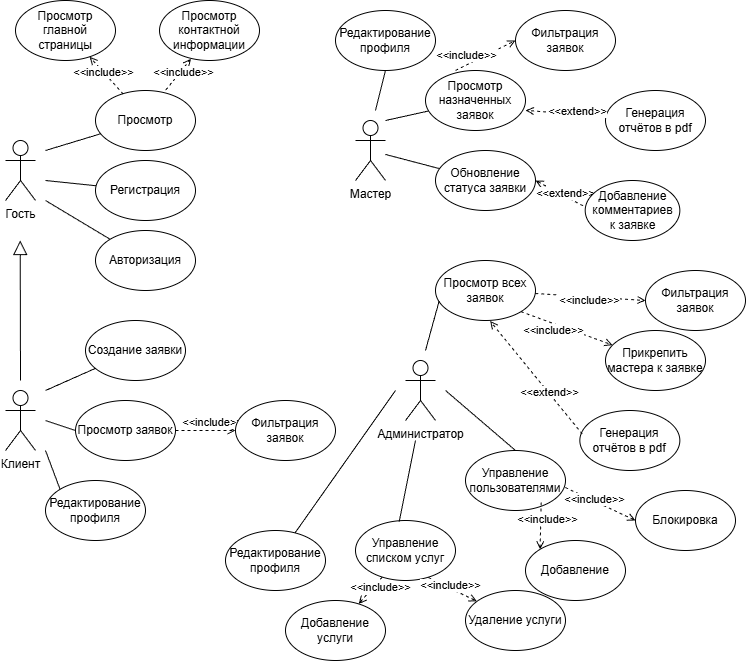
Before: Документация/Диаграмма вариантов использования.drawio.png, a diagram exported from draw.io (amadesya/CourseProject). Source tidied: cells renumbered, new cells last; positions are measured from the earlier drawing's top-left corner, leaving out a move shared by most shapes.
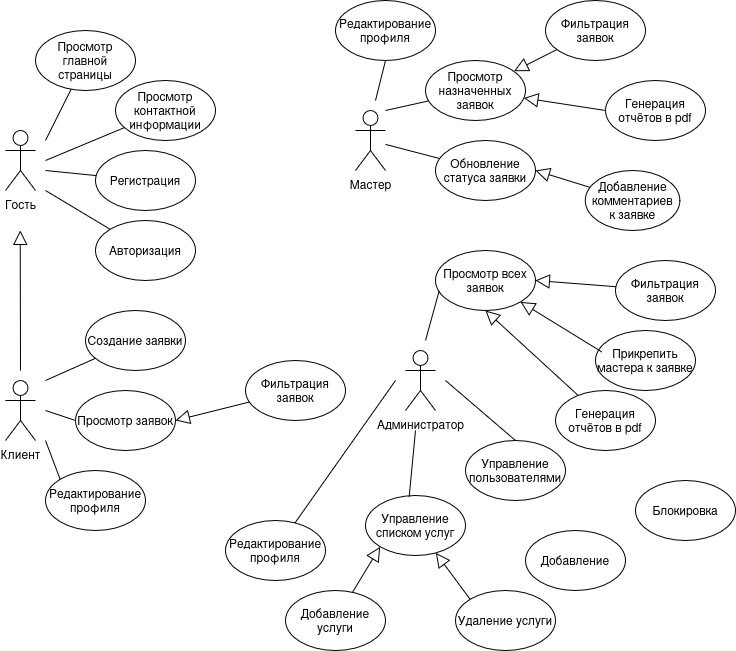
After the change.

What changed in the source:
```diff
@@ -14,14 +14,11 @@
     <mxCell id="5" value="Клиент&lt;div&gt;&lt;br&gt;&lt;/div&gt;" style="shape=umlActor;verticalLabelPosition=bottom;verticalAlign=top;html=1;" parent="1" vertex="1">
       <mxGeometry y="390" width="30" height="60" as="geometry" />
     </mxCell>
-    <mxCell id="6" style="endArrow=none;html=1;rounded=0;" parent="1" edge="1" target="7">
+    <mxCell id="6" style="endArrow=none;html=1;rounded=0;" parent="1" edge="1" target="12">
       <mxGeometry relative="1" as="geometry">
         <mxPoint x="40" y="150" as="sourcePoint" />
       </mxGeometry>
     </mxCell>
-    <mxCell id="7" value="&lt;font&gt;Просмотр&lt;/font&gt;" style="ellipse;whiteSpace=wrap;html=1;" parent="1" vertex="1">
-      <mxGeometry x="90" y="90" width="100" height="60" as="geometry" />
-    </mxCell>
     <mxCell id="8" style="endArrow=none;html=1;rounded=0;" parent="1" edge="1" target="9">
       <mxGeometry relative="1" as="geometry">
         <mxPoint x="40" y="180" as="sourcePoint" />
@@ -39,24 +36,10 @@
       <mxGeometry x="90" y="230" width="100" height="60" as="geometry" />
     </mxCell>
     <mxCell id="12" value="&lt;font&gt;Просмотр главной страницы&lt;/font&gt;" style="ellipse;whiteSpace=wrap;html=1;" parent="1" vertex="1">
-      <mxGeometry x="10" width="100" height="60" as="geometry" />
+      <mxGeometry x="30" y="40" width="100" height="60" as="geometry" />
     </mxCell>
-    <mxCell id="13" style="endArrow=open;html=1;rounded=0;dashed=1;exitX=0.278;exitY=0.061;exitDx=0;exitDy=0;endFill=0;exitPerimeter=0;" parent="1" edge="1" source="7" target="12">
-      <mxGeometry relative="1" as="geometry" />
-    </mxCell>
-    <mxCell id="14" value="&amp;lt;&amp;lt;include&amp;gt;&amp;gt;" style="edgeLabel;html=1;align=center;verticalAlign=middle;" parent="13" vertex="1">
-      <mxGeometry x="0.18" relative="1" as="geometry" />
-    </mxCell>
-    <mxCell id="15" style="endArrow=open;html=1;rounded=0;dashed=1;endFill=0;entryX=0.314;entryY=0.972;entryDx=0;entryDy=0;exitX=0.703;exitY=-0.008;exitDx=0;exitDy=0;exitPerimeter=0;entryPerimeter=0;" parent="1" edge="1" source="7" target="17">
-      <mxGeometry relative="1" as="geometry" />
-    </mxCell>
-    <mxCell id="16" value="&amp;lt;&amp;lt;include&amp;gt;&amp;gt;" style="edgeLabel;html=1;align=center;verticalAlign=middle;" parent="15" vertex="1">
-      <mxGeometry x="-0.34" y="1" relative="1" as="geometry">
-        <mxPoint x="10" y="-7" as="offset" />
-      </mxGeometry>
-    </mxCell>
     <mxCell id="17" value="&lt;font&gt;Просмотр контактной информации&lt;/font&gt;" style="ellipse;whiteSpace=wrap;html=1;" parent="1" vertex="1">
-      <mxGeometry x="154" width="100" height="60" as="geometry" />
+      <mxGeometry x="110" y="90" width="100" height="60" as="geometry" />
     </mxCell>
     <mxCell id="18" style="endArrow=block;html=1;rounded=0;endFill=0;endSize=12;" parent="1" edge="1">
       <mxGeometry relative="1" as="geometry">
@@ -102,54 +85,20 @@
     <mxCell id="28" style="endArrow=none;html=1;rounded=0;" parent="1" edge="1" source="2" target="27">
       <mxGeometry relative="1" as="geometry" />
     </mxCell>
-    <mxCell id="29" style="endArrow=open;html=1;rounded=0;dashed=1;endFill=0;entryX=0;entryY=0.5;entryDx=0;entryDy=0;exitX=1;exitY=0.5;exitDx=0;exitDy=0;" parent="1" edge="1" source="20" target="31">
-      <mxGeometry relative="1" as="geometry" />
-    </mxCell>
-    <mxCell id="30" value="&amp;lt;&amp;lt;include&amp;gt;&amp;gt;" style="edgeLabel;html=1;align=center;verticalAlign=middle;" parent="29" vertex="1">
-      <mxGeometry x="-0.34" y="1" relative="1" as="geometry">
-        <mxPoint x="17" y="-7" as="offset" />
-      </mxGeometry>
-    </mxCell>
     <mxCell id="31" value="&lt;font&gt;Фильтрация&lt;/font&gt;&lt;div&gt;&lt;font&gt;заявок&lt;/font&gt;&lt;/div&gt;" style="ellipse;whiteSpace=wrap;html=1;" parent="1" vertex="1">
-      <mxGeometry x="230" y="400" width="100" height="60" as="geometry" />
+      <mxGeometry x="240" y="370" width="100" height="60" as="geometry" />
     </mxCell>
-    <mxCell id="32" style="endArrow=open;html=1;rounded=0;dashed=1;endFill=0;entryX=0;entryY=0.5;entryDx=0;entryDy=0;exitX=0.603;exitY=0.061;exitDx=0;exitDy=0;exitPerimeter=0;" parent="1" edge="1" target="34">
-      <mxGeometry relative="1" as="geometry">
-        <mxPoint x="450" y="70" as="sourcePoint" />
-      </mxGeometry>
-    </mxCell>
-    <mxCell id="33" value="&amp;lt;&amp;lt;include&amp;gt;&amp;gt;" style="edgeLabel;html=1;align=center;verticalAlign=middle;" parent="32" vertex="1">
-      <mxGeometry x="-0.34" y="1" relative="1" as="geometry">
-        <mxPoint x="-9" y="-5" as="offset" />
-      </mxGeometry>
-    </mxCell>
     <mxCell id="34" value="&lt;font&gt;Фильтрация&lt;br&gt;заявок&lt;/font&gt;" style="ellipse;whiteSpace=wrap;html=1;" parent="1" vertex="1">
-      <mxGeometry x="510" y="10" width="100" height="60" as="geometry" />
+      <mxGeometry x="540" y="10" width="100" height="60" as="geometry" />
     </mxCell>
-    <mxCell id="35" style="endArrow=open;html=1;rounded=0;dashed=1;endFill=0;entryX=1;entryY=0.5;entryDx=0;entryDy=0;exitX=-0.023;exitY=0.422;exitDx=0;exitDy=0;exitPerimeter=0;" parent="1" edge="1" source="37" target="27">
-      <mxGeometry relative="1" as="geometry" />
-    </mxCell>
-    <mxCell id="36" value="&amp;lt;&amp;lt;extend&amp;gt;&amp;gt;" style="edgeLabel;html=1;align=center;verticalAlign=middle;" parent="35" vertex="1">
-      <mxGeometry x="-0.34" y="1" relative="1" as="geometry">
-        <mxPoint x="-2" y="-5" as="offset" />
-      </mxGeometry>
-    </mxCell>
     <mxCell id="37" value="&lt;font&gt;Добавление комментариев&lt;/font&gt;&lt;div&gt;&lt;font&gt;к заявке&lt;/font&gt;&lt;/div&gt;" style="ellipse;whiteSpace=wrap;html=1;" parent="1" vertex="1">
       <mxGeometry x="579.7" y="180" width="94.6" height="60" as="geometry" />
     </mxCell>
     <mxCell id="38" value="&lt;font&gt;Просмотр всех заявок&lt;/font&gt;" style="ellipse;whiteSpace=wrap;html=1;" parent="1" vertex="1">
       <mxGeometry x="430" y="260" width="100" height="60" as="geometry" />
     </mxCell>
-    <mxCell id="39" style="endArrow=open;html=1;rounded=0;dashed=1;endFill=0;entryX=0;entryY=0.5;entryDx=0;entryDy=0;" parent="1" edge="1" source="38" target="41">
-      <mxGeometry relative="1" as="geometry" />
-    </mxCell>
-    <mxCell id="40" value="&amp;lt;&amp;lt;include&amp;gt;&amp;gt;" style="edgeLabel;html=1;align=center;verticalAlign=middle;" parent="39" vertex="1">
-      <mxGeometry x="-0.34" y="1" relative="1" as="geometry">
-        <mxPoint x="17" y="5" as="offset" />
-      </mxGeometry>
-    </mxCell>
     <mxCell id="41" value="&lt;font&gt;Фильтрация&lt;br&gt;заявок&lt;/font&gt;" style="ellipse;whiteSpace=wrap;html=1;" parent="1" vertex="1">
-      <mxGeometry x="640" y="270" width="100" height="60" as="geometry" />
+      <mxGeometry x="610" y="270" width="100" height="60" as="geometry" />
     </mxCell>
     <mxCell id="42" style="endArrow=none;html=1;rounded=0;entryX=0.037;entryY=0.672;entryDx=0;entryDy=0;entryPerimeter=0;" parent="1" edge="1" target="38">
       <mxGeometry relative="1" as="geometry">
@@ -164,69 +113,29 @@
     <mxCell id="44" value="&lt;font&gt;Управление пользователями&lt;/font&gt;" style="ellipse;whiteSpace=wrap;html=1;" parent="1" vertex="1">
       <mxGeometry x="460" y="450" width="100" height="60" as="geometry" />
     </mxCell>
-    <mxCell id="45" style="endArrow=open;html=1;rounded=0;dashed=1;endFill=0;entryX=0;entryY=0.5;entryDx=0;entryDy=0;exitX=0.998;exitY=0.617;exitDx=0;exitDy=0;exitPerimeter=0;" parent="1" edge="1" source="44" target="47">
-      <mxGeometry relative="1" as="geometry" />
-    </mxCell>
-    <mxCell id="46" value="&amp;lt;&amp;lt;include&amp;gt;&amp;gt;" style="edgeLabel;html=1;align=center;verticalAlign=middle;" parent="45" vertex="1">
-      <mxGeometry x="-0.34" y="1" relative="1" as="geometry">
-        <mxPoint x="5" y="1" as="offset" />
-      </mxGeometry>
-    </mxCell>
     <mxCell id="47" value="Блокировка" style="ellipse;whiteSpace=wrap;html=1;" parent="1" vertex="1">
       <mxGeometry x="630" y="490" width="100" height="60" as="geometry" />
     </mxCell>
-    <mxCell id="48" style="endArrow=open;html=1;rounded=0;dashed=1;endFill=0;entryX=0;entryY=0;entryDx=0;entryDy=0;exitX=0.757;exitY=0.867;exitDx=0;exitDy=0;exitPerimeter=0;" parent="1" edge="1" source="44" target="50">
-      <mxGeometry relative="1" as="geometry" />
-    </mxCell>
-    <mxCell id="49" value="&amp;lt;&amp;lt;include&amp;gt;&amp;gt;" style="edgeLabel;html=1;align=center;verticalAlign=middle;" parent="48" vertex="1">
-      <mxGeometry x="-0.34" y="1" relative="1" as="geometry">
-        <mxPoint x="5" y="1" as="offset" />
-      </mxGeometry>
-    </mxCell>
     <mxCell id="50" value="Добавление" style="ellipse;whiteSpace=wrap;html=1;" parent="1" vertex="1">
       <mxGeometry x="520" y="540" width="100" height="60" as="geometry" />
     </mxCell>
     <mxCell id="51" value="&lt;font&gt;Управление списком услуг&lt;/font&gt;" style="ellipse;whiteSpace=wrap;html=1;" parent="1" vertex="1">
-      <mxGeometry x="350" y="520" width="100" height="60" as="geometry" />
+      <mxGeometry x="360" y="505" width="100" height="60" as="geometry" />
     </mxCell>
     <mxCell id="52" style="endArrow=none;html=1;rounded=0;exitX=0.437;exitY=0.019;exitDx=0;exitDy=0;exitPerimeter=0;" parent="1" edge="1" source="51">
       <mxGeometry relative="1" as="geometry">
         <mxPoint x="410" y="440" as="targetPoint" />
       </mxGeometry>
     </mxCell>
-    <mxCell id="53" style="endArrow=open;html=1;rounded=0;dashed=1;endFill=0;exitX=0.728;exitY=0.95;exitDx=0;exitDy=0;exitPerimeter=0;" parent="1" edge="1" source="51" target="55">
-      <mxGeometry relative="1" as="geometry" />
-    </mxCell>
-    <mxCell id="54" value="&amp;lt;&amp;lt;include&amp;gt;&amp;gt;" style="edgeLabel;html=1;align=center;verticalAlign=middle;" parent="53" vertex="1">
-      <mxGeometry x="-0.34" y="1" relative="1" as="geometry">
-        <mxPoint x="5" y="1" as="offset" />
-      </mxGeometry>
-    </mxCell>
     <mxCell id="55" value="Удаление услуги" style="ellipse;whiteSpace=wrap;html=1;" parent="1" vertex="1">
-      <mxGeometry x="460" y="590" width="100" height="60" as="geometry" />
+      <mxGeometry x="450" y="600" width="100" height="60" as="geometry" />
     </mxCell>
-    <mxCell id="56" style="endArrow=open;html=1;rounded=0;dashed=1;endFill=0;" parent="1" edge="1" source="51" target="58">
-      <mxGeometry relative="1" as="geometry" />
-    </mxCell>
-    <mxCell id="57" value="&amp;lt;&amp;lt;include&amp;gt;&amp;gt;" style="edgeLabel;html=1;align=center;verticalAlign=middle;" parent="56" vertex="1">
-      <mxGeometry x="-0.34" y="1" relative="1" as="geometry">
-        <mxPoint x="5" y="1" as="offset" />
-      </mxGeometry>
-    </mxCell>
     <mxCell id="58" value="Добавление услуги" style="ellipse;whiteSpace=wrap;html=1;" parent="1" vertex="1">
       <mxGeometry x="280" y="600" width="100" height="60" as="geometry" />
     </mxCell>
     <mxCell id="59" value="&lt;font&gt;Прикрепить мастера к заявке&lt;/font&gt;" style="ellipse;whiteSpace=wrap;html=1;" parent="1" vertex="1">
-      <mxGeometry x="600" y="330" width="100" height="60" as="geometry" />
+      <mxGeometry x="590" y="340" width="100" height="60" as="geometry" />
     </mxCell>
-    <mxCell id="60" style="endArrow=open;html=1;rounded=0;dashed=1;endFill=0;exitX=1;exitY=1;exitDx=0;exitDy=0;" parent="1" edge="1" source="38" target="59">
-      <mxGeometry relative="1" as="geometry" />
-    </mxCell>
-    <mxCell id="61" value="&amp;lt;&amp;lt;include&amp;gt;&amp;gt;" style="edgeLabel;html=1;align=center;verticalAlign=middle;" parent="60" vertex="1">
-      <mxGeometry x="-0.34" y="1" relative="1" as="geometry">
-        <mxPoint x="1" y="8" as="offset" />
-      </mxGeometry>
-    </mxCell>
     <mxCell id="62" value="&lt;font&gt;Редактирование профиля&lt;/font&gt;" style="ellipse;whiteSpace=wrap;html=1;" parent="1" vertex="1">
       <mxGeometry x="220" y="530" width="100" height="60" as="geometry" />
     </mxCell>
@@ -244,26 +153,42 @@
       </mxGeometry>
     </mxCell>
     <mxCell id="66" value="&lt;font&gt;Генерация отчётов в pdf&lt;/font&gt;" style="ellipse;whiteSpace=wrap;html=1;" parent="1" vertex="1">
-      <mxGeometry x="574.3" y="410" width="100" height="60" as="geometry" />
+      <mxGeometry x="550" y="400" width="100" height="60" as="geometry" />
     </mxCell>
+    <mxCell id="69" value="&lt;font&gt;Генерация отчётов в pdf&lt;/font&gt;" style="ellipse;whiteSpace=wrap;html=1;" parent="1" vertex="1">
+      <mxGeometry x="600" y="90" width="100" height="60" as="geometry" />
+    </mxCell>
+    <mxCell id="72" style="endArrow=none;html=1;rounded=0;" parent="1" edge="1" target="17">
+      <mxGeometry relative="1" as="geometry">
+        <mxPoint x="40" y="170" as="sourcePoint" />
+      </mxGeometry>
+    </mxCell>
+    <mxCell id="73" style="endArrow=block;html=1;rounded=0;endFill=0;endSize=12;entryX=0;entryY=1;entryDx=0;entryDy=0;" parent="1" edge="1" source="58" target="51">
+      <mxGeometry relative="1" as="geometry" />
+    </mxCell>
+    <mxCell id="74" style="endArrow=block;html=1;rounded=0;endFill=0;endSize=12;exitX=0;exitY=0;exitDx=0;exitDy=0;" parent="1" edge="1" source="55" target="51">
+      <mxGeometry relative="1" as="geometry" />
+    </mxCell>
-    <mxCell id="67" style="endArrow=open;html=1;rounded=0;dashed=1;endFill=0;entryX=0.546;entryY=1.009;entryDx=0;entryDy=0;exitX=0.025;exitY=0.393;exitDx=0;exitDy=0;exitPerimeter=0;entryPerimeter=0;" parent="1" edge="1" source="66" target="38">
+    <mxCell id="67" style="endArrow=block;html=1;rounded=0;endFill=0;endSize=12;entryX=0.5;entryY=1;entryDx=0;entryDy=0;" parent="1" edge="1" source="66" target="38">
       <mxGeometry relative="1" as="geometry" />
     </mxCell>
-    <mxCell id="68" value="&amp;lt;&amp;lt;extend&amp;gt;&amp;gt;" style="edgeLabel;html=1;align=center;verticalAlign=middle;" parent="67" vertex="1">
-      <mxGeometry x="-0.34" y="1" relative="1" as="geometry">
-        <mxPoint x="-2" y="-5" as="offset" />
-      </mxGeometry>
-    </mxCell>
-    <mxCell id="69" value="&lt;font&gt;Генерация отчётов в pdf&lt;/font&gt;" style="ellipse;whiteSpace=wrap;html=1;" parent="1" vertex="1">
-      <mxGeometry x="600" y="90" width="100" height="60" as="geometry" />
-    </mxCell>
+    <mxCell id="75" style="endArrow=block;html=1;rounded=0;endFill=0;endSize=12;entryX=1;entryY=0.5;entryDx=0;entryDy=0;" parent="1" edge="1" source="31" target="20">
+      <mxGeometry relative="1" as="geometry" />
+    </mxCell>
+    <mxCell id="76" style="endArrow=block;html=1;rounded=0;endFill=0;endSize=12;exitX=0.062;exitY=0.356;exitDx=0;exitDy=0;exitPerimeter=0;" parent="1" edge="1" source="59" target="38">
+      <mxGeometry relative="1" as="geometry" />
+    </mxCell>
+    <mxCell id="77" style="endArrow=block;html=1;rounded=0;endFill=0;endSize=12;entryX=1;entryY=0.5;entryDx=0;entryDy=0;" parent="1" edge="1" source="41" target="38">
+      <mxGeometry relative="1" as="geometry" />
+    </mxCell>
+    <mxCell id="78" style="endArrow=block;html=1;rounded=0;endFill=0;endSize=12;" parent="1" edge="1" source="34" target="25">
+      <mxGeometry relative="1" as="geometry" />
+    </mxCell>
-    <mxCell id="70" style="endArrow=open;html=1;rounded=0;dashed=1;endFill=0;entryX=1.002;entryY=0.664;entryDx=0;entryDy=0;entryPerimeter=0;" parent="1" edge="1" source="69" target="25">
+    <mxCell id="70" style="endArrow=block;html=1;rounded=0;endFill=0;endSize=12;exitX=0;exitY=0.5;exitDx=0;exitDy=0;" parent="1" edge="1" source="69" target="25">
       <mxGeometry relative="1" as="geometry" />
     </mxCell>
-    <mxCell id="71" value="&amp;lt;&amp;lt;extend&amp;gt;&amp;gt;" style="edgeLabel;html=1;align=center;verticalAlign=middle;" parent="70" vertex="1">
-      <mxGeometry x="-0.34" y="1" relative="1" as="geometry">
-        <mxPoint x="-2" y="-5" as="offset" />
-      </mxGeometry>
-    </mxCell>
+    <mxCell id="35" style="endArrow=block;html=1;rounded=0;endFill=0;endSize=12;entryX=1;entryY=0.5;entryDx=0;entryDy=0;" parent="1" edge="1" source="37" target="27">
+      <mxGeometry relative="1" as="geometry" />
+    </mxCell>
   </root>
 </mxGraphModel>
```
